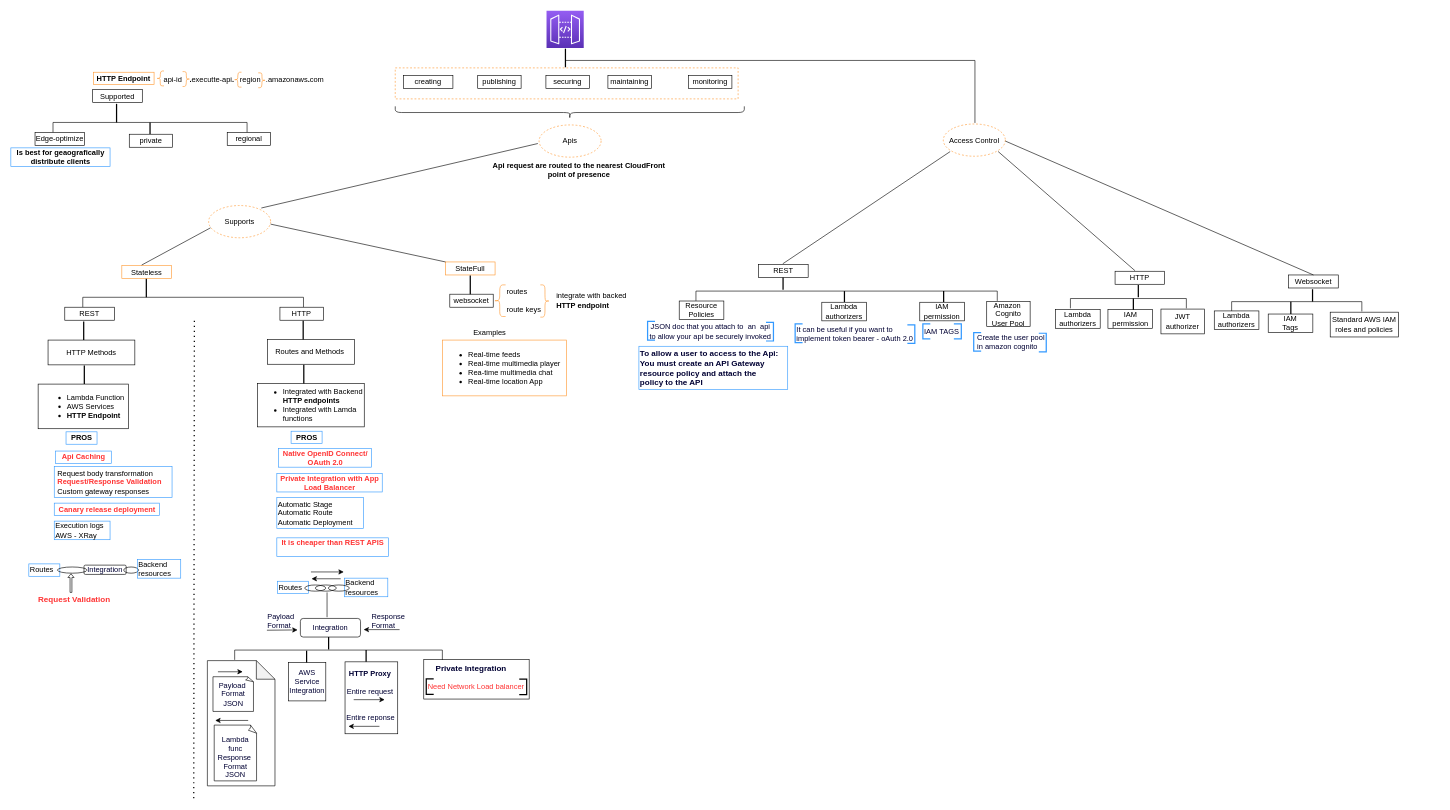
Above: certification/apigateway/api_gateway.drawio in ldipotetjob/AWS (draw.io), before the change. Source tidied: cells renumbered, new cells numbered last; positions are measured from the earlier drawing's top-left corner, leaving out a move shared by most shapes. Both pictures are drawn from the tidied source at 62%, with x=0, y=0 at pixel (11, 11).
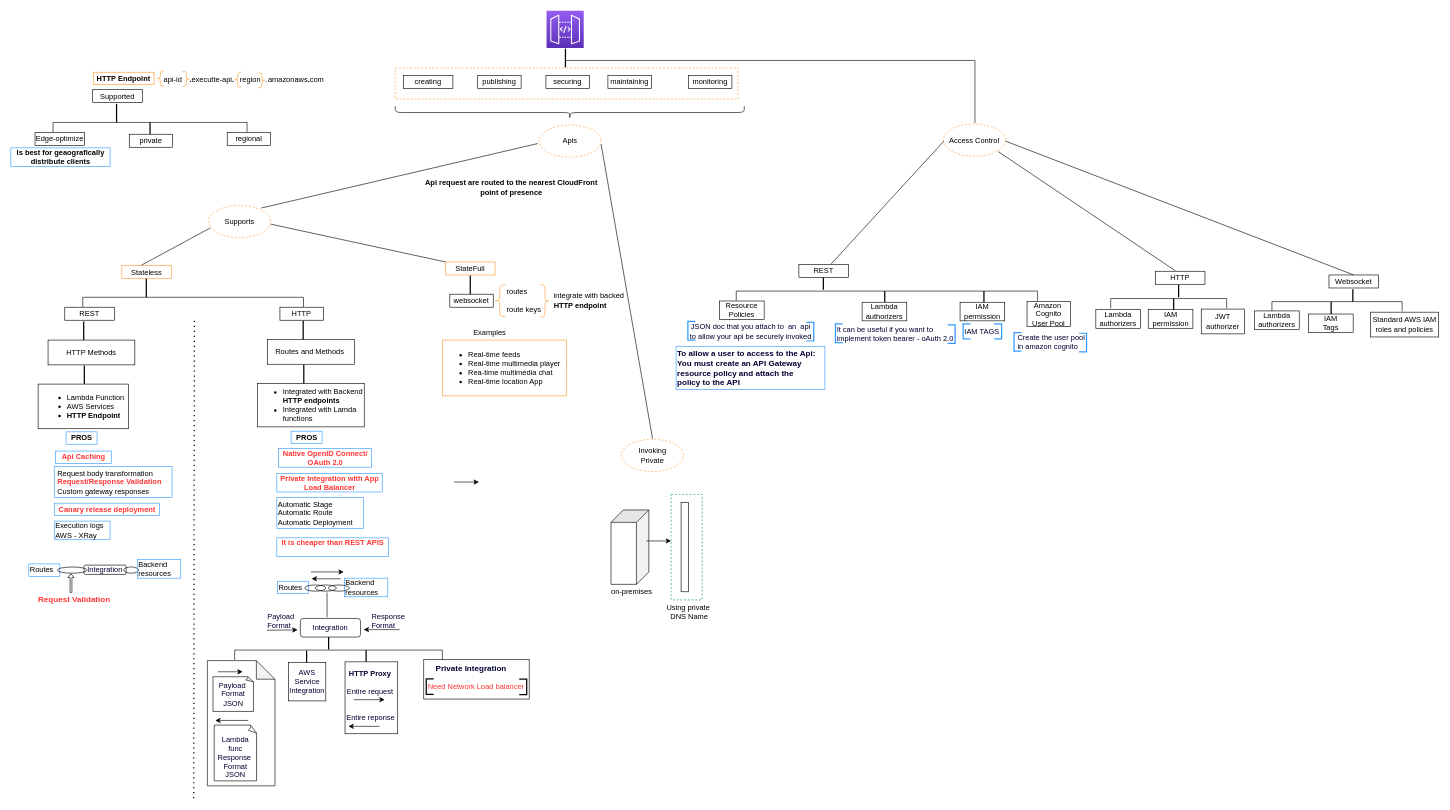
After the change.

What changed in the source:
```diff
@@
     <mxCell id="35" value="integrate with backed &lt;br&gt;&lt;b&gt;HTTP endpoint&lt;/b&gt;" style="text;html=1;align=left;verticalAlign=middle;strokeColor=none;fillColor=none;" parent="1" vertex="1">
-      <mxGeometry x="878" y="452" width="130" height="30" as="geometry" />
+      <mxGeometry x="874" y="452" width="130" height="30" as="geometry" />
     </mxCell>
@@
     <mxCell id="56" value="Api request are routed to the nearest CloudFront &lt;br&gt;point of presence" style="text;html=1;align=center;verticalAlign=middle;strokeColor=none;fillColor=none;fontStyle=1;" parent="1" vertex="1">
-      <mxGeometry x="771" y="242" width="290" height="30" as="geometry" />
+      <mxGeometry x="662" y="270" width="290" height="30" as="geometry" />
     </mxCell>
@@
-    <mxCell id="112" style="endArrow=none;html=1;rounded=0;" parent="1" edge="1">
+    <mxCell id="112" style="endArrow=none;html=1;rounded=0;exitX=0.652;exitY=-0.043;exitDx=0;exitDy=0;exitPerimeter=0;" parent="1" edge="1" source="113">
       <mxGeometry relative="1" as="geometry">
-        <mxPoint x="1245" y="408" as="sourcePoint" />
-        <mxPoint x="1515" y="227" as="targetPoint" />
+        <mxPoint x="1505" y="210" as="targetPoint" />
       </mxGeometry>
     </mxCell>
     <mxCell id="113" value="REST" style="rounded=0;whiteSpace=wrap;html=1;" parent="1" vertex="1">
-      <mxGeometry x="1206" y="409" width="80" height="21" as="geometry" />
+      <mxGeometry x="1271" y="409" width="80" height="21" as="geometry" />
     </mxCell>
     <mxCell id="114" value="Resource Policies" style="rounded=0;whiteSpace=wrap;html=1;" parent="1" vertex="1">
-      <mxGeometry x="1078" y="468" width="72" height="30" as="geometry" />
+      <mxGeometry x="1143" y="468" width="72" height="30" as="geometry" />
     </mxCell>
     <mxCell id="115" style="shape=partialRectangle;whiteSpace=wrap;html=1;bottom=1;right=1;left=1;top=0;fillColor=none;routingCenterX=-0.5;rotation=-180;direction=east;" parent="1" vertex="1">
-      <mxGeometry x="1105" y="452" width="486" height="15" as="geometry" />
+      <mxGeometry x="1170" y="452" width="486" height="15" as="geometry" />
     </mxCell>
     <mxCell id="116" style="line;strokeWidth=2;direction=south;html=1;" parent="1" vertex="1">
-      <mxGeometry x="1245" y="430" width="1" height="20" as="geometry" />
+      <mxGeometry x="1310" y="430" width="1" height="20" as="geometry" />
     </mxCell>
     <mxCell id="117" style="line;strokeWidth=2;direction=south;html=1;" parent="1" vertex="1">
-      <mxGeometry x="1324" y="452" width="41" height="18" as="geometry" />
+      <mxGeometry x="1389" y="452" width="41" height="18" as="geometry" />
     </mxCell>
     <mxCell id="118" value="&lt;span style=&quot;&quot;&gt;JSON doc that you attach to&amp;nbsp; an&amp;nbsp; api&lt;br&gt;to allow your api be securely invoked&lt;br&gt;&lt;/span&gt;" style="text;html=1;align=center;verticalAlign=middle;strokeColor=none;fillColor=none;fontColor=#000033;" parent="1" vertex="1">
-      <mxGeometry x="1023" y="502" width="210" height="30" as="geometry" />
+      <mxGeometry x="1088" y="502" width="210" height="30" as="geometry" />
     </mxCell>
     <mxCell id="119" style="strokeWidth=2;html=1;shape=mxgraph.flowchart.annotation_1;align=left;fontColor=#000033;fillColor=none;strokeColor=#3399FF;" parent="1" vertex="1">
-      <mxGeometry x="1027" y="501" width="12" height="30" as="geometry" />
+      <mxGeometry x="1092" y="501" width="12" height="30" as="geometry" />
     </mxCell>
     <mxCell id="120" style="strokeWidth=2;html=1;shape=mxgraph.flowchart.annotation_1;align=left;fontColor=#000033;fillColor=none;direction=west;strokeColor=#3399FF;" parent="1" vertex="1">
-      <mxGeometry x="1218" y="502.5" width="12" height="30" as="geometry" />
+      <mxGeometry x="1283" y="502.5" width="12" height="30" as="geometry" />
     </mxCell>
     <mxCell id="121" value="Lambda authorizers" style="rounded=0;whiteSpace=wrap;html=1;" parent="1" vertex="1">
-      <mxGeometry x="1308" y="470" width="72" height="30" as="geometry" />
+      <mxGeometry x="1373" y="470" width="72" height="30" as="geometry" />
     </mxCell>
     <mxCell id="122" value="&lt;div style=&quot;text-align: left;&quot;&gt;&lt;span style=&quot;background-color: initial;&quot;&gt;It can be useful if you want to&amp;nbsp;&lt;/span&gt;&lt;/div&gt;&lt;div style=&quot;text-align: left;&quot;&gt;&lt;span style=&quot;background-color: initial;&quot;&gt;implement token bearer - oAuth 2.0&lt;/span&gt;&lt;/div&gt;" style="text;html=1;align=center;verticalAlign=middle;strokeColor=none;fillColor=none;fontColor=#000033;" parent="1" vertex="1">
-      <mxGeometry x="1261" y="506" width="200" height="30" as="geometry" />
+      <mxGeometry x="1326" y="506" width="200" height="30" as="geometry" />
     </mxCell>
     <mxCell id="123" style="strokeWidth=2;html=1;shape=mxgraph.flowchart.annotation_1;align=left;fontColor=#000033;fillColor=none;strokeColor=#3399FF;" parent="1" vertex="1">
-      <mxGeometry x="1265" y="505" width="12" height="30" as="geometry" />
+      <mxGeometry x="1330" y="505" width="12" height="30" as="geometry" />
     </mxCell>
     <mxCell id="124" style="strokeWidth=2;html=1;shape=mxgraph.flowchart.annotation_1;align=left;fontColor=#000033;fillColor=none;direction=west;strokeColor=#3399FF;" parent="1" vertex="1">
-      <mxGeometry x="1446" y="506.5" width="12" height="30" as="geometry" />
+      <mxGeometry x="1511" y="506.5" width="12" height="30" as="geometry" />
     </mxCell>
     <mxCell id="125" style="line;strokeWidth=2;direction=south;html=1;" parent="1" vertex="1">
-      <mxGeometry x="1484" y="452" width="41" height="18" as="geometry" />
+      <mxGeometry x="1549" y="452" width="41" height="18" as="geometry" />
     </mxCell>
     <mxCell id="126" value="IAM&lt;br&gt;permission" style="rounded=0;whiteSpace=wrap;html=1;align=center;" parent="1" vertex="1">
-      <mxGeometry x="1466" y="470" width="72" height="30" as="geometry" />
+      <mxGeometry x="1531" y="470" width="72" height="30" as="geometry" />
     </mxCell>
     <mxCell id="127" value="Amazon&amp;nbsp; Cognito User Pool" style="rounded=0;whiteSpace=wrap;html=1;align=center;" parent="1" vertex="1">
-      <mxGeometry x="1574" y="469" width="70" height="40" as="geometry" />
+      <mxGeometry x="1639" y="469" width="70" height="40" as="geometry" />
     </mxCell>
     <mxCell id="128" value="&lt;div style=&quot;text-align: left;&quot;&gt;IAM TAGS&lt;/div&gt;" style="text;html=1;align=center;verticalAlign=middle;strokeColor=none;fillColor=none;fontColor=#000033;" parent="1" vertex="1">
-      <mxGeometry x="1466" y="507.5" width="70" height="20" as="geometry" />
+      <mxGeometry x="1531" y="507.5" width="70" height="20" as="geometry" />
     </mxCell>
     <mxCell id="129" style="strokeWidth=2;html=1;shape=mxgraph.flowchart.annotation_1;align=left;fontColor=#000033;fillColor=none;strokeColor=#3399FF;" parent="1" vertex="1">
-      <mxGeometry x="1471" y="505" width="12" height="24" as="geometry" />
+      <mxGeometry x="1536" y="505" width="12" height="24" as="geometry" />
     </mxCell>
     <mxCell id="130" style="strokeWidth=2;html=1;shape=mxgraph.flowchart.annotation_1;align=left;fontColor=#000033;fillColor=none;direction=west;strokeColor=#3399FF;" parent="1" vertex="1">
-      <mxGeometry x="1521" y="505" width="12" height="24" as="geometry" />
+      <mxGeometry x="1586" y="505" width="12" height="24" as="geometry" />
     </mxCell>
@@
     <mxCell id="132" value="HTTP" style="rounded=0;whiteSpace=wrap;html=1;" parent="1" vertex="1">
-      <mxGeometry x="1781" y="420" width="80" height="21" as="geometry" />
+      <mxGeometry x="1846" y="420" width="80" height="21" as="geometry" />
     </mxCell>
     <mxCell id="133" style="shape=partialRectangle;whiteSpace=wrap;html=1;bottom=1;right=1;left=1;top=0;fillColor=none;routingCenterX=-0.5;rotation=-180;direction=east;" parent="1" vertex="1">
-      <mxGeometry x="1709" y="464" width="187" height="15" as="geometry" />
+      <mxGeometry x="1774" y="464" width="187" height="15" as="geometry" />
     </mxCell>
     <mxCell id="134" style="line;strokeWidth=2;direction=south;html=1;" parent="1" vertex="1">
-      <mxGeometry x="1818" y="442" width="1" height="20" as="geometry" />
+      <mxGeometry x="1883" y="442" width="1" height="20" as="geometry" />
     </mxCell>
     <mxCell id="135" value="Lambda authorizers" style="rounded=0;whiteSpace=wrap;html=1;" parent="1" vertex="1">
-      <mxGeometry x="1685" y="482" width="72" height="30" as="geometry" />
+      <mxGeometry x="1750" y="482" width="72" height="30" as="geometry" />
     </mxCell>
     <mxCell id="136" value="IAM&lt;br&gt;permission" style="rounded=0;whiteSpace=wrap;html=1;align=center;" parent="1" vertex="1">
-      <mxGeometry x="1769.5" y="482" width="72" height="30" as="geometry" />
+      <mxGeometry x="1834.5" y="482" width="72" height="30" as="geometry" />
     </mxCell>
     <mxCell id="137" value="JWT authorizer" style="rounded=0;whiteSpace=wrap;html=1;align=center;" parent="1" vertex="1">
-      <mxGeometry x="1855" y="481" width="70" height="40" as="geometry" />
+      <mxGeometry x="1920" y="481" width="70" height="40" as="geometry" />
     </mxCell>
     <mxCell id="138" style="line;strokeWidth=2;direction=south;html=1;" parent="1" vertex="1">
-      <mxGeometry x="1790" y="464" width="41" height="18" as="geometry" />
+      <mxGeometry x="1855" y="464" width="41" height="18" as="geometry" />
     </mxCell>
     <mxCell id="139" value="Websocket" style="rounded=0;whiteSpace=wrap;html=1;" parent="1" vertex="1">
-      <mxGeometry x="2061" y="426" width="80" height="21" as="geometry" />
+      <mxGeometry x="2126" y="426" width="80" height="21" as="geometry" />
     </mxCell>
     <mxCell id="140" style="shape=partialRectangle;whiteSpace=wrap;html=1;bottom=1;right=1;left=1;top=0;fillColor=none;routingCenterX=-0.5;rotation=-180;direction=east;" parent="1" vertex="1">
-      <mxGeometry x="1969" y="469" width="210" height="15" as="geometry" />
+      <mxGeometry x="2034" y="469" width="210" height="15" as="geometry" />
     </mxCell>
     <mxCell id="141" value="Lambda authorizers" style="rounded=0;whiteSpace=wrap;html=1;" parent="1" vertex="1">
-      <mxGeometry x="1941" y="484" width="72" height="30" as="geometry" />
+      <mxGeometry x="2006" y="484" width="72" height="30" as="geometry" />
     </mxCell>
     <mxCell id="142" value="IAM&lt;br&gt;Tags" style="rounded=0;whiteSpace=wrap;html=1;align=center;" parent="1" vertex="1">
-      <mxGeometry x="2028" y="489" width="72" height="30" as="geometry" />
+      <mxGeometry x="2093" y="489" width="72" height="30" as="geometry" />
     </mxCell>
     <mxCell id="143" value="Standard AWS IAM roles and policies" style="rounded=0;whiteSpace=wrap;html=1;align=center;" parent="1" vertex="1">
-      <mxGeometry x="2128" y="486" width="110" height="40" as="geometry" />
+      <mxGeometry x="2193" y="486" width="110" height="40" as="geometry" />
     </mxCell>
     <mxCell id="144" style="line;strokeWidth=2;direction=south;html=1;" parent="1" vertex="1">
-      <mxGeometry x="2099" y="449" width="1" height="20" as="geometry" />
+      <mxGeometry x="2164" y="449" width="1" height="20" as="geometry" />
     </mxCell>
     <mxCell id="145" style="line;strokeWidth=2;direction=south;html=1;" parent="1" vertex="1">
-      <mxGeometry x="2064" y="469" width="1" height="20" as="geometry" />
+      <mxGeometry x="2129" y="469" width="1" height="20" as="geometry" />
     </mxCell>
@@
     <mxCell id="147" value="&lt;b&gt;To allow a user to access to the Api:&lt;br&gt;You must create an API Gateway &lt;br&gt;resource policy and attach the &lt;br&gt;policy to the API&lt;/b&gt;" style="text;html=1;align=left;verticalAlign=middle;strokeColor=#3399FF;fillColor=none;fontSize=13;fontColor=#000033;strokeWidth=1;" parent="1" vertex="1">
-      <mxGeometry x="1013" y="541" width="240" height="70" as="geometry" />
+      <mxGeometry x="1073" y="541" width="240" height="70" as="geometry" />
     </mxCell>
     <mxCell id="148" value="&lt;div style=&quot;&quot;&gt;Create the user pool&lt;/div&gt;&lt;div style=&quot;&quot;&gt;in amazon cognito&lt;/div&gt;" style="text;html=1;align=left;verticalAlign=middle;strokeColor=none;fillColor=none;fontColor=#000033;" parent="1" vertex="1">
-      <mxGeometry x="1557" y="519" width="120" height="30" as="geometry" />
+      <mxGeometry x="1622" y="519" width="120" height="30" as="geometry" />
     </mxCell>
     <mxCell id="149" style="strokeWidth=2;html=1;shape=mxgraph.flowchart.annotation_1;align=left;fontColor=#000033;fillColor=none;strokeColor=#3399FF;" parent="1" vertex="1">
-      <mxGeometry x="1553" y="519" width="12" height="30" as="geometry" />
+      <mxGeometry x="1618" y="519" width="12" height="30" as="geometry" />
     </mxCell>
     <mxCell id="150" style="strokeWidth=2;html=1;shape=mxgraph.flowchart.annotation_1;align=left;fontColor=#000033;fillColor=none;direction=west;strokeColor=#3399FF;" parent="1" vertex="1">
-      <mxGeometry x="1658" y="520" width="12" height="30" as="geometry" />
+      <mxGeometry x="1723" y="520" width="12" height="30" as="geometry" />
     </mxCell>
+    <mxCell id="151" style="endArrow=none;html=1;rounded=0;exitX=1;exitY=0.5;exitDx=0;exitDy=0;" parent="1" edge="1">
+      <mxGeometry relative="1" as="geometry">
+        <mxPoint x="952" y="215" as="sourcePoint" />
+        <mxPoint x="1035" y="690" as="targetPoint" />
+      </mxGeometry>
+    </mxCell>
+    <mxCell id="152" value="Invoking&lt;br&gt;Private" style="ellipse;whiteSpace=wrap;html=1;dashed=1;strokeColor=#FF9933;fillColor=none;" parent="1" vertex="1">
+      <mxGeometry x="985" y="691" width="100" height="52" as="geometry" />
+    </mxCell>
+    <mxCell id="153" style="shape=cube;whiteSpace=wrap;html=1;boundedLbl=1;backgroundOutline=1;darkOpacity=0.05;darkOpacity2=0.1;direction=south;" parent="1" vertex="1">
+      <mxGeometry x="968" y="805" width="61" height="120" as="geometry" />
+    </mxCell>
+    <mxCell id="154" value="on-premises&lt;br&gt;" style="text;html=1;align=center;verticalAlign=middle;strokeColor=none;fillColor=none;" parent="1" vertex="1">
+      <mxGeometry x="961" y="927" width="80" height="20" as="geometry" />
+    </mxCell>
+    <mxCell id="155" style="rounded=0;whiteSpace=wrap;html=1;" parent="1" vertex="1">
+      <mxGeometry x="1081" y="793" width="12" height="144" as="geometry" />
+    </mxCell>
+    <mxCell id="156" style="rounded=0;whiteSpace=wrap;html=1;fillColor=none;dashed=1;strokeColor=#00994D;" parent="1" vertex="1">
+      <mxGeometry x="1065" y="780" width="50" height="170" as="geometry" />
+    </mxCell>
+    <mxCell id="157" value="Using private&amp;nbsp;&lt;br&gt;DNS Name" style="text;html=1;align=center;verticalAlign=middle;strokeColor=none;fillColor=none;" parent="1" vertex="1">
+      <mxGeometry x="1049" y="955" width="90" height="30" as="geometry" />
+    </mxCell>
+    <mxCell id="158" style="endArrow=classic;html=1;rounded=0;" parent="1" edge="1">
+      <mxGeometry relative="1" as="geometry">
+        <mxPoint x="715" y="760" as="sourcePoint" />
+        <mxPoint x="755" y="760" as="targetPoint" />
+      </mxGeometry>
+    </mxCell>
+    <mxCell id="159" style="endArrow=classic;html=1;rounded=0;" parent="1" edge="1">
+      <mxGeometry relative="1" as="geometry">
+        <mxPoint x="1025" y="855" as="sourcePoint" />
+        <mxPoint x="1065" y="855" as="targetPoint" />
+      </mxGeometry>
+    </mxCell>
```
